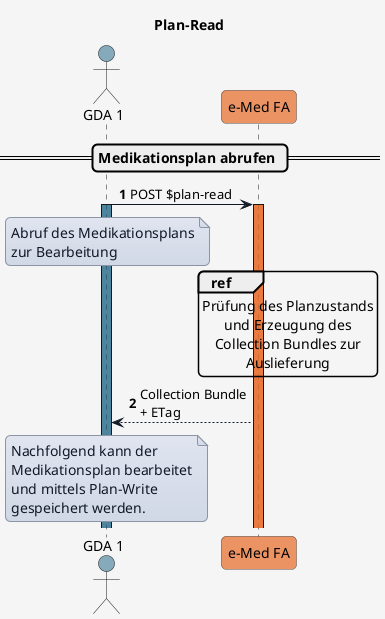
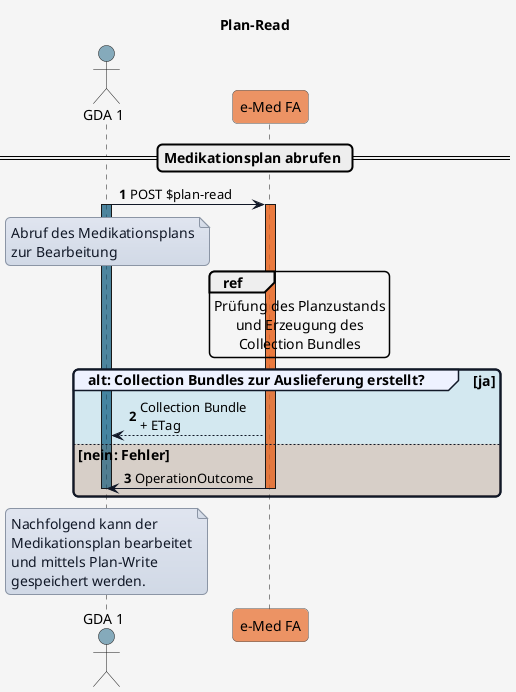
@startuml
title Plan-Read

'skinparam actorStyle awesome

skinparam borderColor #000000
skinparam backgroundColor #f5f5f5
skinparam shadowing false
skinparam roundCorner 10
skinparam defaultFontName "Arial"
skinparam defaultFontSize 14
skinparam defaultFontColor #000000
skinparam HyperlinkColor #0000EE
skinparam HyperlinkUnderline false
skinparam BoxPadding 20
skinparam BoxBorderColor #555555

skinparam note {
  BackgroundColor #e0e5f0-#d1d9e6
  BorderColor #8b95a5
  BorderThickness 1
  RoundCorner 0
  Padding 6
  FontColor #111827
  Shadowing false
}

skinparam sequence {
  ParticipantBorderColor #555555
  ParticipantBackgroundColor #ffffff
  ParticipantFontColor #000000
  ParticipantFontSize 14
  ParticipantPadding 20
  ArrowColor #111827
  ArrowThickness 1
  ArrowFontColor #000000
  ArrowFontSize 13
  GroupBorderColor #111827
  GroupBackgroundColor #eef2ff
  GroupBorderThickness 2
}

!define COLOR_GDA_1    #15608280
!define COLOR_GDA_2    #96607D80
!define COLOR_PATIENT  #196B2480
!define COLOR_APO      #0F9ED590
!define COLOR_EMED_FA  #e97232bd
!define COLOR_E_REZEPT #cd3732a9

!define COLOR_OK       #0F9ED525
!define COLOR_ERROR    #E9713235

actor GDA_1 as "GDA 1" COLOR_GDA_1
participant eMed_FA as "e-Med FA" COLOR_EMED_FA


autonumber


== Medikationsplan abrufen ==

GDA_1 -> eMed_FA: POST $plan-read
activate GDA_1 COLOR_GDA_1

note over GDA_1
Abruf des Medikationsplans
zur Bearbeitung
end note

activate eMed_FA COLOR_EMED_FA

ref over eMed_FA
Prüfung des Planzustands
und Erzeugung des
- Collection Bundles zur
- Auslieferung
+ Collection Bundles
end ref

- eMed_FA --> GDA_1: Collection Bundle\n+ ETag
+ group COLOR_OK alt: Collection Bundles zur Auslieferung erstellt? [ja]
+   eMed_FA --> GDA_1: Collection Bundle\n+ ETag
+ else COLOR_ERROR nein: Fehler
+   eMed_FA -> GDA_1: OperationOutcome
+   deactivate GDA_1
+   deactivate eMed_FA
+ end
+ 

note over GDA_1
Nachfolgend kann der
Medikationsplan bearbeitet
und mittels Plan-Write
gespeichert werden.
end note



@enduml